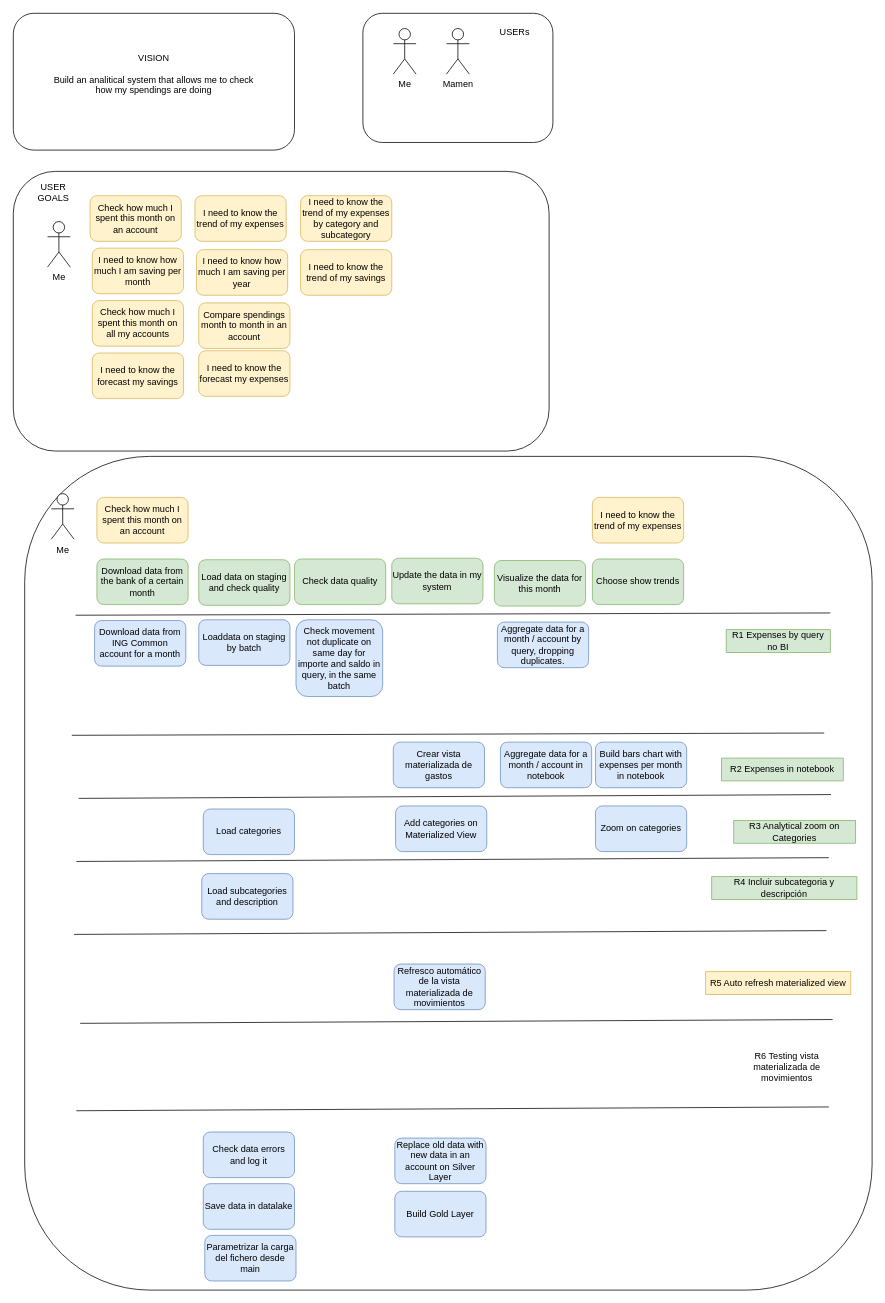
This is page "User Story Mapping" (1 of 7) of diagrams/diagrams.dio from cperezh/DataEng_Patterns, a draw.io file, before an edit. Source tidied: cells renumbered, new cells numbered last; positions are measured from the earlier drawing's top-left corner, leaving out a move shared by most shapes. Both pictures are drawn from the tidied source at 76%, with x=0, y=0 at pixel (13, 13).
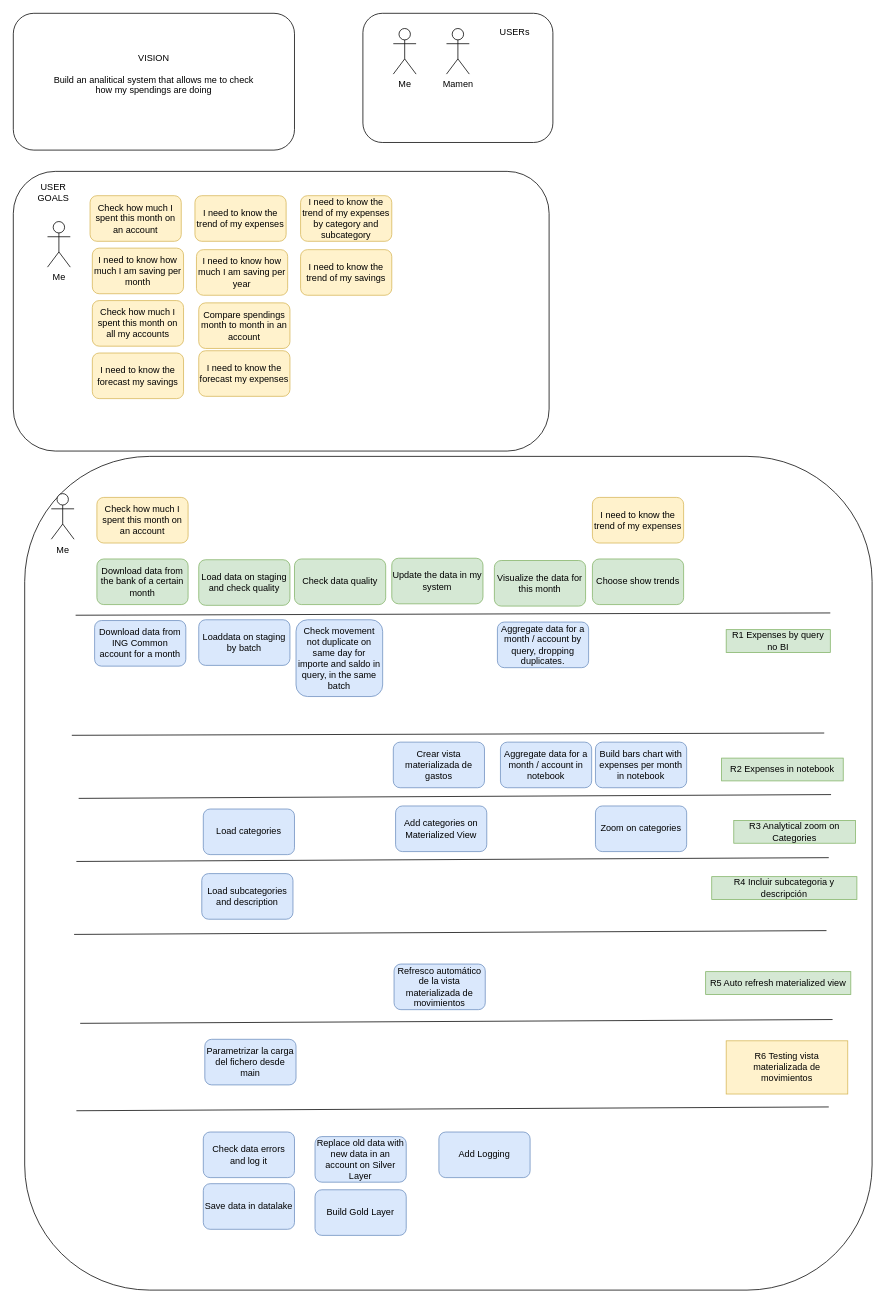
After the change.

Commit message (it also covers changes not shown here):
Fin refresh vista materializada

Diff of the diagram source:
```diff
@@
     <mxCell id="29" value="Replace old data with new data in an account on Silver Layer" style="rounded=1;whiteSpace=wrap;html=1;strokeColor=#6c8ebf;align=center;verticalAlign=middle;fontFamily=Helvetica;fontSize=12;fillColor=#dae8fc;" parent="1" vertex="1">
-      <mxGeometry x="502" y="1480" width="120" height="60" as="geometry" />
+      <mxGeometry x="397" y="1478" width="120" height="60" as="geometry" />
     </mxCell>
@@
-    <mxCell id="36" value="R6 Testing vista materializada de movimientos" style="text;html=1;align=center;verticalAlign=middle;whiteSpace=wrap;rounded=0;fontFamily=Helvetica;fontSize=12;fontColor=default;" parent="1" vertex="1">
+    <mxCell id="36" value="R6 Testing vista materializada de movimientos" style="text;html=1;align=center;verticalAlign=middle;whiteSpace=wrap;rounded=0;fontFamily=Helvetica;fontSize=12;fillColor=#fff2cc;strokeColor=#d6b656;" parent="1" vertex="1">
       <mxGeometry x="938" y="1352" width="160" height="70" as="geometry" />
     </mxCell>
@@
     <mxCell id="38" value="Build Gold Layer" style="rounded=1;whiteSpace=wrap;html=1;strokeColor=#6c8ebf;align=center;verticalAlign=middle;fontFamily=Helvetica;fontSize=12;fillColor=#dae8fc;" parent="1" vertex="1">
-      <mxGeometry x="502" y="1550" width="120" height="60" as="geometry" />
+      <mxGeometry x="397" y="1548" width="120" height="60" as="geometry" />
     </mxCell>
@@
     <mxCell id="46" value="Parametrizar la carga del fichero desde main" style="rounded=1;whiteSpace=wrap;html=1;strokeColor=#6c8ebf;align=center;verticalAlign=middle;fontFamily=Helvetica;fontSize=12;fillColor=#dae8fc;" parent="1" vertex="1">
-      <mxGeometry x="252" y="1608" width="120" height="60" as="geometry" />
+      <mxGeometry x="252" y="1350" width="120" height="60" as="geometry" />
     </mxCell>
@@
-    <mxCell id="60" value="R5 Auto refresh materialized view" style="text;html=1;align=center;verticalAlign=middle;whiteSpace=wrap;rounded=0;fillColor=#fff2cc;strokeColor=#d6b656;" parent="1" vertex="1">
+    <mxCell id="60" value="R5 Auto refresh materialized view" style="text;html=1;align=center;verticalAlign=middle;whiteSpace=wrap;rounded=0;fillColor=#d5e8d4;strokeColor=#82b366;" parent="1" vertex="1">
       <mxGeometry x="911" y="1261" width="191" height="30" as="geometry" />
     </mxCell>
+    <mxCell id="61" value="Add Logging" style="rounded=1;whiteSpace=wrap;html=1;strokeColor=#6c8ebf;align=center;verticalAlign=middle;fontFamily=Helvetica;fontSize=12;fillColor=#dae8fc;" parent="1" vertex="1">
+      <mxGeometry x="560" y="1472" width="120" height="60" as="geometry" />
+    </mxCell>
```
